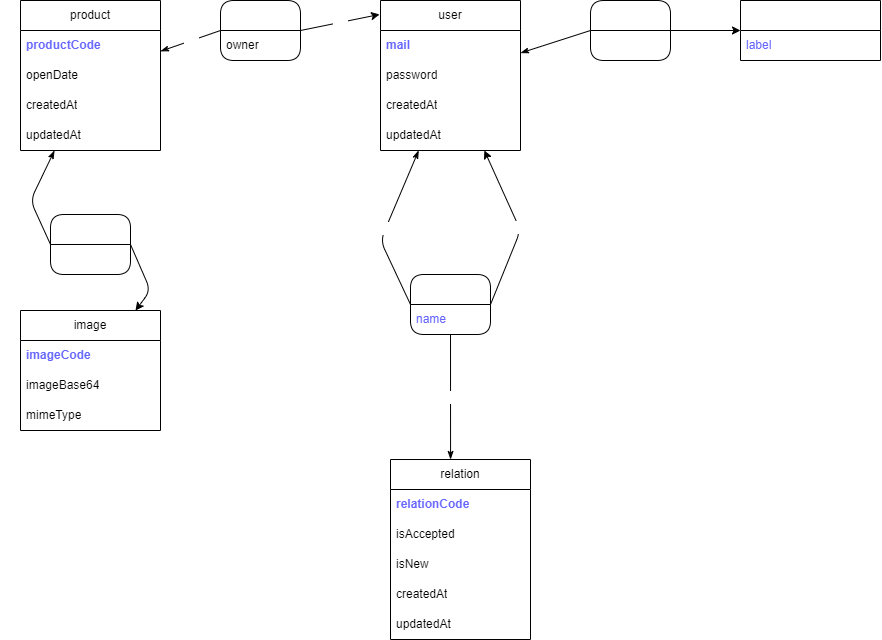
Before: docs/mcd.drawio.png, a diagram exported from draw.io (aviateur22/dlc). Source tidied: cells renumbered, new cells last; positions are measured from the earlier drawing's top-left corner, leaving out a move shared by most shapes.
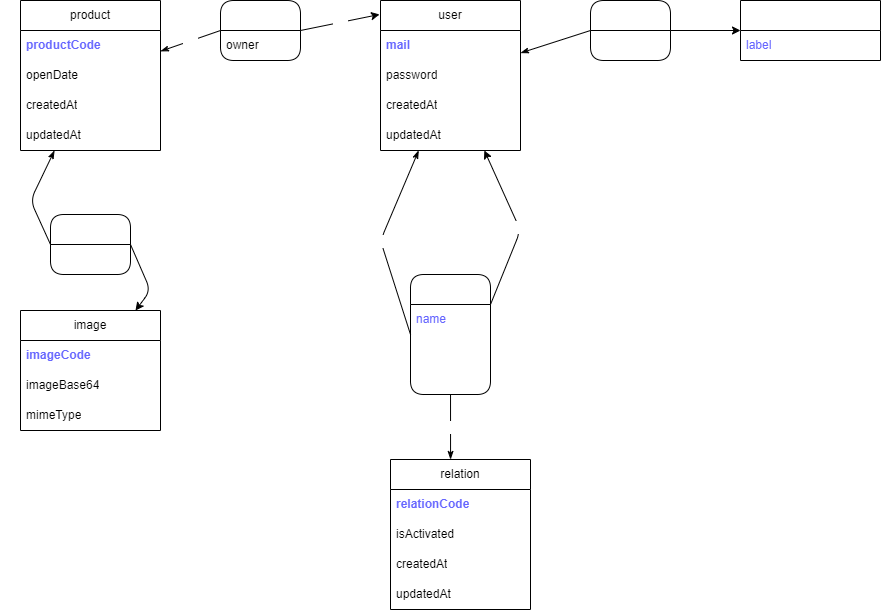
After the commit.

The edit, as a diff of the source:
```diff
@@ -60,7 +60,7 @@
       </mxGeometry>
     </mxCell>
     <mxCell id="19" value="add" style="swimlane;fontStyle=0;horizontal=1;startSize=30;whiteSpace=wrap;html=1;fontColor=#FFFFFF;rounded=1;" parent="1" vertex="1">
-      <mxGeometry x="390" y="274" width="80" height="60" as="geometry" />
+      <mxGeometry x="390" y="274" width="80" height="120" as="geometry" />
     </mxCell>
     <mxCell id="20" style="endArrow=classic;html=1;fontColor=#FFFFFF;" parent="19" edge="1" target="7">
       <mxGeometry relative="1" as="geometry">
@@ -76,6 +76,12 @@
     <mxCell id="22" value="name" style="text;strokeColor=none;fillColor=none;align=left;verticalAlign=middle;spacingLeft=4;spacingRight=4;overflow=hidden;points=[[0,0.5],[1,0.5]];portConstraint=eastwest;whiteSpace=wrap;html=1;fontColor=#6666FF;" parent="19" vertex="1">
       <mxGeometry y="30" width="80" height="30" as="geometry" />
     </mxCell>
+    <mxCell id="43" value="&lt;font color=&quot;#ffffff&quot;&gt;isNew&lt;/font&gt;" style="text;strokeColor=none;fillColor=none;align=left;verticalAlign=middle;spacingLeft=4;spacingRight=4;overflow=hidden;whiteSpace=wrap;html=1;fontColor=#6666FF;" parent="19" vertex="1">
+      <mxGeometry y="60" width="80" height="30" as="geometry" />
+    </mxCell>
+    <mxCell id="48" value="&lt;font color=&quot;#ffffff&quot;&gt;isAccepted&lt;/font&gt;" style="text;strokeColor=none;fillColor=none;align=left;verticalAlign=middle;spacingLeft=4;spacingRight=4;overflow=hidden;whiteSpace=wrap;html=1;fontColor=#6666FF;" parent="19" vertex="1">
+      <mxGeometry y="90" width="80" height="30" as="geometry" />
+    </mxCell>
     <mxCell id="23" style="endArrow=none;html=1;fontColor=#FFFFFF;startArrow=classicThin;startFill=1;endFill=0;entryX=0;entryY=0.5;entryDx=0;entryDy=0;" parent="1" edge="1" source="7" target="19">
       <mxGeometry relative="1" as="geometry">
         <Array as="points">
@@ -149,27 +155,24 @@
       </mxGeometry>
     </mxCell>
     <mxCell id="40" value="relation" style="swimlane;fontStyle=0;horizontal=1;startSize=30;whiteSpace=wrap;html=1;" parent="1" vertex="1">
-      <mxGeometry x="370" y="459" width="140" height="180" as="geometry" />
+      <mxGeometry x="370" y="459" width="140" height="150" as="geometry" />
     </mxCell>
     <mxCell id="41" value="&lt;font color=&quot;#6666ff&quot;&gt;&lt;b&gt;relationCode&lt;/b&gt;&lt;/font&gt;" style="text;strokeColor=none;fillColor=none;align=left;verticalAlign=middle;spacingLeft=4;spacingRight=4;overflow=hidden;whiteSpace=wrap;html=1;" parent="40" vertex="1">
       <mxGeometry y="30" width="140" height="30" as="geometry" />
     </mxCell>
-    <mxCell id="42" value="isAccepted" style="text;strokeColor=none;fillColor=none;align=left;verticalAlign=middle;spacingLeft=4;spacingRight=4;overflow=hidden;whiteSpace=wrap;html=1;" parent="40" vertex="1">
+    <mxCell id="42" value="isActivated" style="text;strokeColor=none;fillColor=none;align=left;verticalAlign=middle;spacingLeft=4;spacingRight=4;overflow=hidden;whiteSpace=wrap;html=1;" parent="40" vertex="1">
       <mxGeometry y="60" width="140" height="30" as="geometry" />
     </mxCell>
-    <mxCell id="43" value="isNew" style="text;strokeColor=none;fillColor=none;align=left;verticalAlign=middle;spacingLeft=4;spacingRight=4;overflow=hidden;whiteSpace=wrap;html=1;" parent="40" vertex="1">
-      <mxGeometry y="90" width="140" height="30" as="geometry" />
-    </mxCell>
     <mxCell id="44" value="createdAt" style="text;strokeColor=none;fillColor=none;align=left;verticalAlign=middle;spacingLeft=4;spacingRight=4;overflow=hidden;whiteSpace=wrap;html=1;" parent="40" vertex="1">
-      <mxGeometry y="120" width="140" height="30" as="geometry" />
+      <mxGeometry y="90" width="140" height="30" as="geometry" />
     </mxCell>
     <mxCell id="45" value="updatedAt" style="text;strokeColor=none;fillColor=none;align=left;verticalAlign=middle;spacingLeft=4;spacingRight=4;overflow=hidden;whiteSpace=wrap;html=1;" parent="40" vertex="1">
-      <mxGeometry y="150" width="140" height="30" as="geometry" />
+      <mxGeometry y="120" width="140" height="30" as="geometry" />
     </mxCell>
-    <mxCell id="46" style="endArrow=none;html=1;fontColor=#FFFFFF;startArrow=classicThin;startFill=1;endFill=0;exitX=0.429;exitY=0;exitDx=0;exitDy=0;exitPerimeter=0;" parent="1" edge="1" source="40" target="22">
-      <mxGeometry relative="1" as="geometry" />
-    </mxCell>
+    <mxCell id="49" style="endArrow=none;html=1;fontColor=#FFFFFF;startArrow=classicThin;startFill=1;endFill=0;exitX=0.429;exitY=0;exitDx=0;exitDy=0;exitPerimeter=0;" parent="1" edge="1" source="40" target="19">
+      <mxGeometry relative="1" as="geometry" />
+    </mxCell>
-    <mxCell id="47" value="1,1" style="edgeLabel;html=1;align=center;verticalAlign=middle;rounded=1;fontColor=#FFFFFF;" parent="46" vertex="1">
+    <mxCell id="47" value="1,1" style="edgeLabel;html=1;align=center;verticalAlign=middle;rounded=1;fontColor=#FFFFFF;" parent="49" vertex="1">
       <mxGeometry relative="1" as="geometry" />
     </mxCell>
   </root>
```
